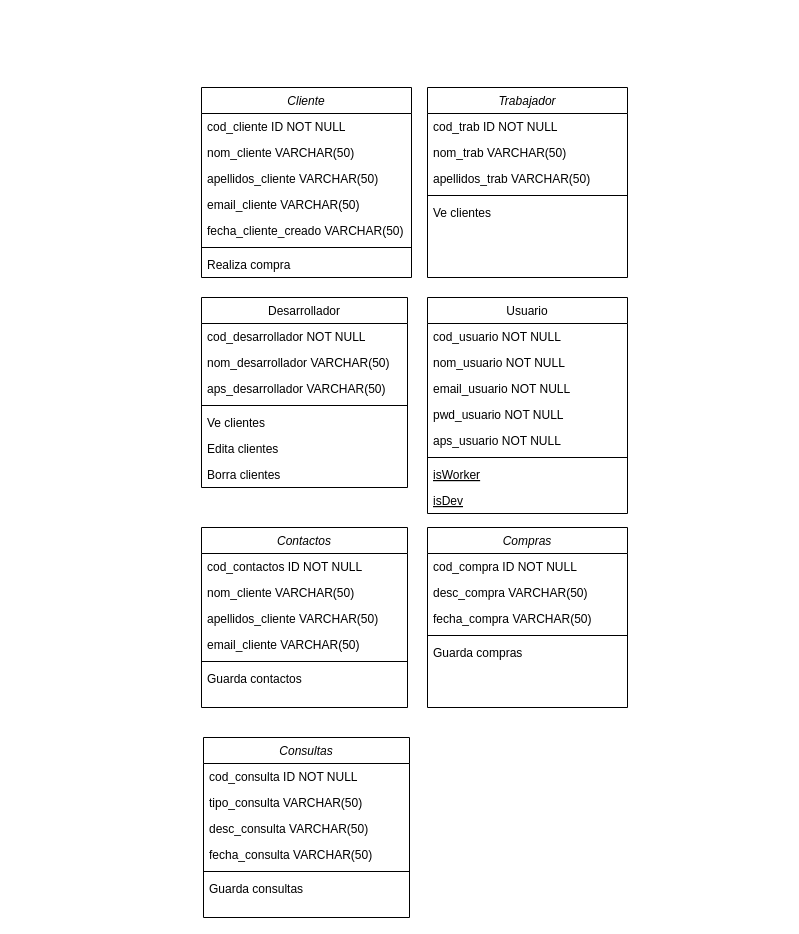
This is Diagrama clases S2.drawio from HuBaMarin/projDespliegue, a draw.io file, before an edit. Source tidied: cells renumbered, new cells numbered last; positions are measured from the earlier drawing's top-left corner, leaving out a move shared by most shapes. Both pictures are drawn from the tidied source at 100%, with x=0, y=0 at pixel (201, 87).
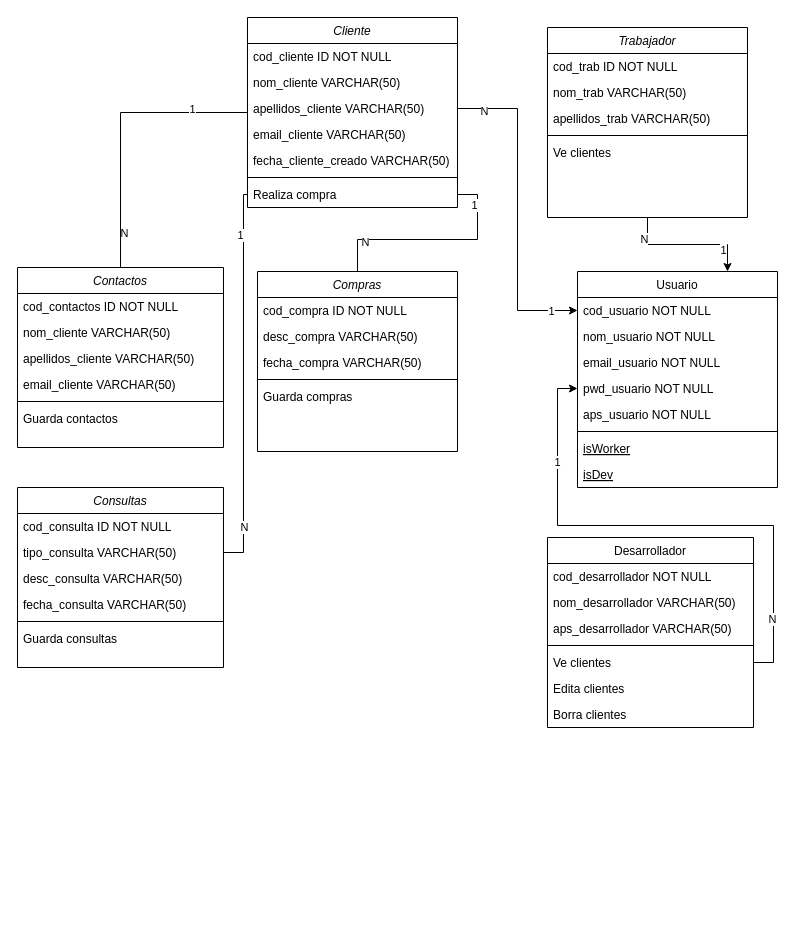
The same diagram, later.

The change refers to these unchanged cells:
```xml
<mxCell id="5" value="apellidos_cliente VARCHAR(50)" style="text;align=left;verticalAlign=top;spacingLeft=4;spacingRight=4;overflow=hidden;points=[[0,0.5],[1,0.5]];portConstraint=eastwest;rounded=0;shadow=0;html=0;" parent="2" vertex="1">
  <mxGeometry y="78" width="210" height="26" as="geometry" />
</mxCell>
<mxCell id="9" value="Realiza compra" style="text;align=left;verticalAlign=top;spacingLeft=4;spacingRight=4;overflow=hidden;points=[[0,0.5],[1,0.5]];portConstraint=eastwest;" parent="2" vertex="1">
  <mxGeometry y="164" width="210" height="26" as="geometry" />
</mxCell>
<mxCell id="15" value="Ve clientes" style="text;align=left;verticalAlign=top;spacingLeft=4;spacingRight=4;overflow=hidden;points=[[0,0.5],[1,0.5]];portConstraint=eastwest;" parent="10" vertex="1">
  <mxGeometry y="112" width="206" height="26" as="geometry" />
</mxCell>
<mxCell id="19" value="cod_usuario NOT NULL" style="text;align=left;verticalAlign=top;spacingLeft=4;spacingRight=4;overflow=hidden;points=[[0,0.5],[1,0.5]];portConstraint=eastwest;" parent="18" vertex="1">
  <mxGeometry y="26" width="200" height="26" as="geometry" />
</mxCell>
<mxCell id="22" value="pwd_usuario NOT NULL" style="text;align=left;verticalAlign=top;spacingLeft=4;spacingRight=4;overflow=hidden;points=[[0,0.5],[1,0.5]];portConstraint=eastwest;" parent="18" vertex="1">
  <mxGeometry y="104" width="200" height="26" as="geometry" />
</mxCell>
<mxCell id="48" value="tipo_consulta VARCHAR(50)" style="text;align=left;verticalAlign=top;spacingLeft=4;spacingRight=4;overflow=hidden;points=[[0,0.5],[1,0.5]];portConstraint=eastwest;rounded=0;shadow=0;html=0;" parent="46" vertex="1">
  <mxGeometry y="52" width="206" height="26" as="geometry" />
</mxCell>
```

The edit, as a diff of the source:
```diff
@@
+    <mxCell id="53" style="edgeStyle=orthogonalEdgeStyle;rounded=0;jettySize=auto;html=1;entryX=0.5;entryY=0;entryDx=0;entryDy=0;endArrow=none;endFill=0;" parent="1" edge="1" source="2" target="33">
+      <mxGeometry relative="1" as="geometry" />
+    </mxCell>
+    <mxCell id="54" value="1" style="edgeLabel;html=1;align=center;verticalAlign=middle;" parent="53" vertex="1">
+      <mxGeometry x="-0.6" y="-4" relative="1" as="geometry" />
+    </mxCell>
+    <mxCell id="55" value="N" style="edgeLabel;html=1;align=center;verticalAlign=middle;" parent="53" vertex="1">
+      <mxGeometry x="0.75" y="3" relative="1" as="geometry" />
+    </mxCell>
     <mxCell id="2" value="Cliente" style="swimlane;fontStyle=2;align=center;verticalAlign=top;horizontal=1;startSize=26;rounded=0;shadow=0;strokeWidth=1;" parent="1" vertex="1">
-      <mxGeometry width="210" height="190" as="geometry" />
+      <mxGeometry x="46" y="-70" width="210" height="190" as="geometry" />
     </mxCell>
@@
     <mxCell id="10" value="Desarrollador" style="swimlane;fontStyle=0;align=center;verticalAlign=top;horizontal=1;startSize=26;rounded=0;shadow=0;strokeWidth=1;" parent="1" vertex="1">
-      <mxGeometry y="210" width="206" height="190" as="geometry" />
+      <mxGeometry x="346" y="450" width="206" height="190" as="geometry" />
     </mxCell>
@@
     <mxCell id="18" value="Usuario" style="swimlane;fontStyle=0;align=center;verticalAlign=top;horizontal=1;startSize=26;rounded=0;shadow=0;strokeWidth=1;" parent="1" vertex="1">
-      <mxGeometry x="226" y="210" width="200" height="216" as="geometry" />
+      <mxGeometry x="376" y="184" width="200" height="216" as="geometry" />
     </mxCell>
@@
     <mxCell id="27" value="Trabajador" style="swimlane;fontStyle=2;align=center;verticalAlign=top;horizontal=1;startSize=26;rounded=0;shadow=0;strokeWidth=1;" parent="1" vertex="1">
-      <mxGeometry x="226" width="200" height="190" as="geometry" />
+      <mxGeometry x="346" y="-60" width="200" height="190" as="geometry" />
     </mxCell>
@@
     <mxCell id="33" value="Contactos" style="swimlane;fontStyle=2;align=center;verticalAlign=top;horizontal=1;startSize=26;rounded=0;shadow=0;strokeWidth=1;" parent="1" vertex="1">
-      <mxGeometry y="440" width="206" height="180" as="geometry" />
+      <mxGeometry x="-184" y="180" width="206" height="180" as="geometry" />
     </mxCell>
@@
     <mxCell id="40" value="Compras" style="swimlane;fontStyle=2;align=center;verticalAlign=top;horizontal=1;startSize=26;rounded=0;shadow=0;strokeWidth=1;" parent="1" vertex="1">
-      <mxGeometry x="226" y="440" width="200" height="180" as="geometry" />
+      <mxGeometry x="56" y="184" width="200" height="180" as="geometry" />
     </mxCell>
@@
     <mxCell id="46" value="Consultas" style="swimlane;fontStyle=2;align=center;verticalAlign=top;horizontal=1;startSize=26;rounded=0;shadow=0;strokeWidth=1;" parent="1" vertex="1">
-      <mxGeometry x="2" y="650" width="206" height="180" as="geometry" />
+      <mxGeometry x="-184" y="400" width="206" height="180" as="geometry" />
     </mxCell>
@@
+    <mxCell id="56" style="edgeStyle=orthogonalEdgeStyle;rounded=0;jettySize=auto;html=1;entryX=0;entryY=0.5;entryDx=0;entryDy=0;endArrow=classic;endFill=1;" parent="1" edge="1" source="5" target="19">
+      <mxGeometry relative="1" as="geometry" />
+    </mxCell>
+    <mxCell id="57" value="N" style="edgeLabel;html=1;align=center;verticalAlign=middle;" parent="56" vertex="1">
+      <mxGeometry x="-0.84" y="-2" relative="1" as="geometry" />
+    </mxCell>
+    <mxCell id="58" value="1" style="edgeLabel;html=1;align=center;verticalAlign=middle;" parent="56" vertex="1">
+      <mxGeometry x="0.83" relative="1" as="geometry" />
+    </mxCell>
+    <mxCell id="59" style="edgeStyle=orthogonalEdgeStyle;rounded=0;jettySize=auto;html=1;entryX=0.75;entryY=0;entryDx=0;entryDy=0;exitX=0.5;exitY=1;exitDx=0;exitDy=0;endArrow=classic;endFill=1;" parent="1" edge="1" source="27" target="18">
+      <mxGeometry relative="1" as="geometry" />
+    </mxCell>
+    <mxCell id="60" value="N" style="edgeLabel;html=1;align=center;verticalAlign=middle;" parent="59" vertex="1">
+      <mxGeometry x="-0.69" y="-4" relative="1" as="geometry" />
+    </mxCell>
+    <mxCell id="61" value="1" style="edgeLabel;html=1;align=center;verticalAlign=middle;" parent="59" vertex="1">
+      <mxGeometry x="0.67" y="-5" relative="1" as="geometry" />
+    </mxCell>
+    <mxCell id="62" style="edgeStyle=orthogonalEdgeStyle;rounded=0;jettySize=auto;html=1;entryX=0;entryY=0.5;entryDx=0;entryDy=0;endArrow=classic;endFill=1;" parent="1" edge="1" source="15" target="22">
+      <mxGeometry relative="1" as="geometry" />
+    </mxCell>
+    <mxCell id="63" value="N" style="edgeLabel;html=1;align=center;verticalAlign=middle;" parent="62" vertex="1">
+      <mxGeometry x="-0.76" y="2" relative="1" as="geometry" />
+    </mxCell>
+    <mxCell id="64" value="1" style="edgeLabel;html=1;align=center;verticalAlign=middle;" parent="62" vertex="1">
+      <mxGeometry x="0.65" y="1" relative="1" as="geometry" />
+    </mxCell>
+    <mxCell id="65" style="edgeStyle=orthogonalEdgeStyle;rounded=0;jettySize=auto;html=1;entryX=1;entryY=0.5;entryDx=0;entryDy=0;endArrow=none;endFill=0;" parent="1" edge="1" source="9" target="48">
+      <mxGeometry relative="1" as="geometry">
+        <Array as="points">
+          <mxPoint x="42" y="107" />
+          <mxPoint x="42" y="465" />
+        </Array>
+      </mxGeometry>
+    </mxCell>
+    <mxCell id="66" value="1" style="edgeLabel;html=1;align=center;verticalAlign=middle;" parent="65" vertex="1">
+      <mxGeometry x="-0.77" y="-4" relative="1" as="geometry" />
+    </mxCell>
+    <mxCell id="67" value="N" style="edgeLabel;html=1;align=center;verticalAlign=middle;" parent="65" vertex="1">
+      <mxGeometry x="0.76" relative="1" as="geometry" />
+    </mxCell>
+    <mxCell id="68" style="edgeStyle=orthogonalEdgeStyle;rounded=0;jettySize=auto;html=1;entryX=0.5;entryY=0;entryDx=0;entryDy=0;endArrow=none;endFill=0;" parent="1" edge="1" source="9" target="40">
+      <mxGeometry relative="1" as="geometry" />
+    </mxCell>
+    <mxCell id="69" value="1" style="edgeLabel;html=1;align=center;verticalAlign=middle;" parent="68" vertex="1">
+      <mxGeometry x="-0.72" y="-4" relative="1" as="geometry" />
+    </mxCell>
+    <mxCell id="70" value="N" style="edgeLabel;html=1;align=center;verticalAlign=middle;" parent="68" vertex="1">
+      <mxGeometry x="0.64" y="2" relative="1" as="geometry" />
+    </mxCell>
```
